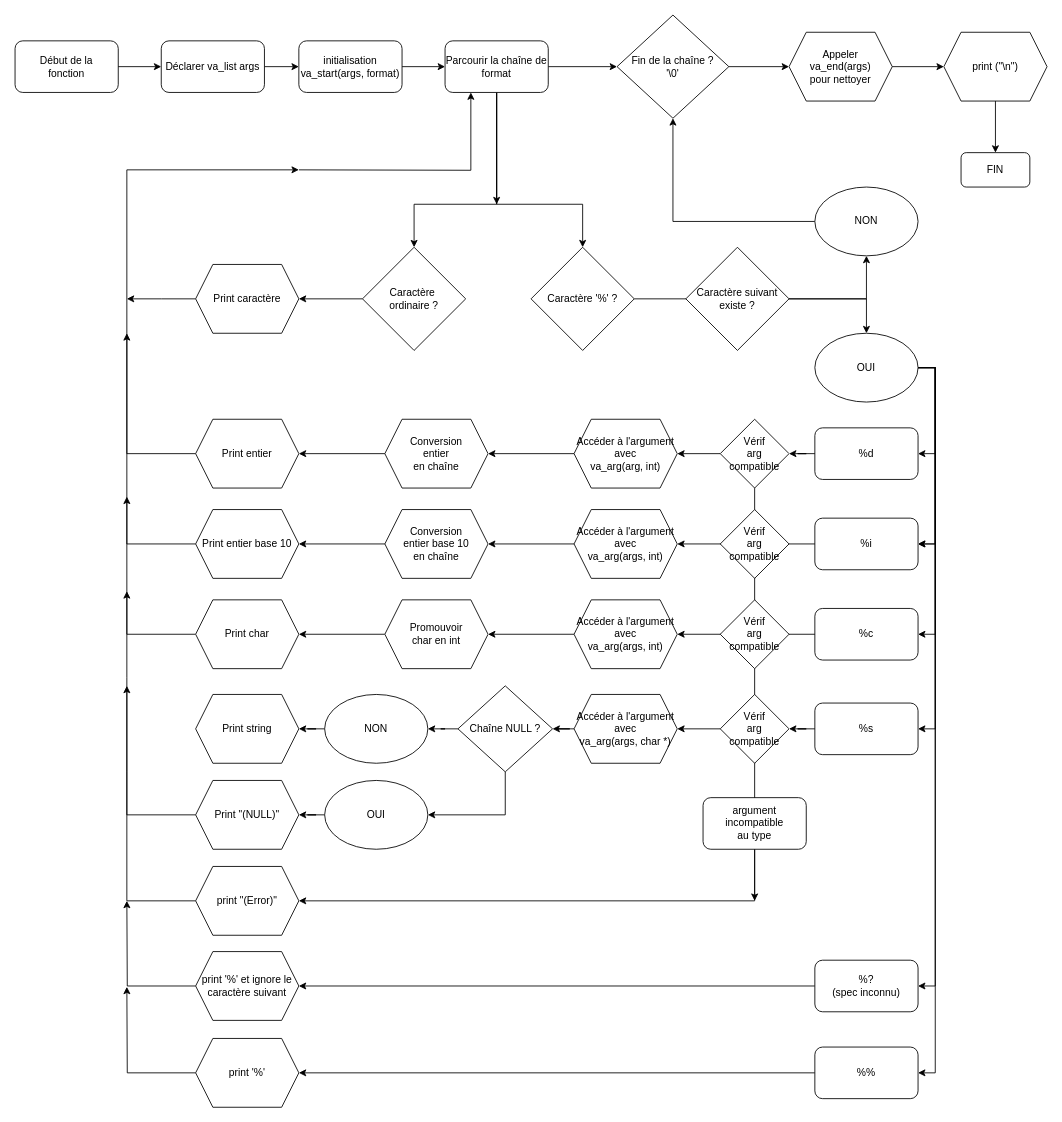
Above: flowchat_printf.drawio in Akatsuki667/holbertonschool-printf (draw.io), before the change. Source tidied: cells renumbered, new cells numbered last; positions are measured from the earlier drawing's top-left corner, leaving out a move shared by most shapes. Both pictures are drawn from the tidied source at 86%, with x=0, y=0 at pixel (15, 15).
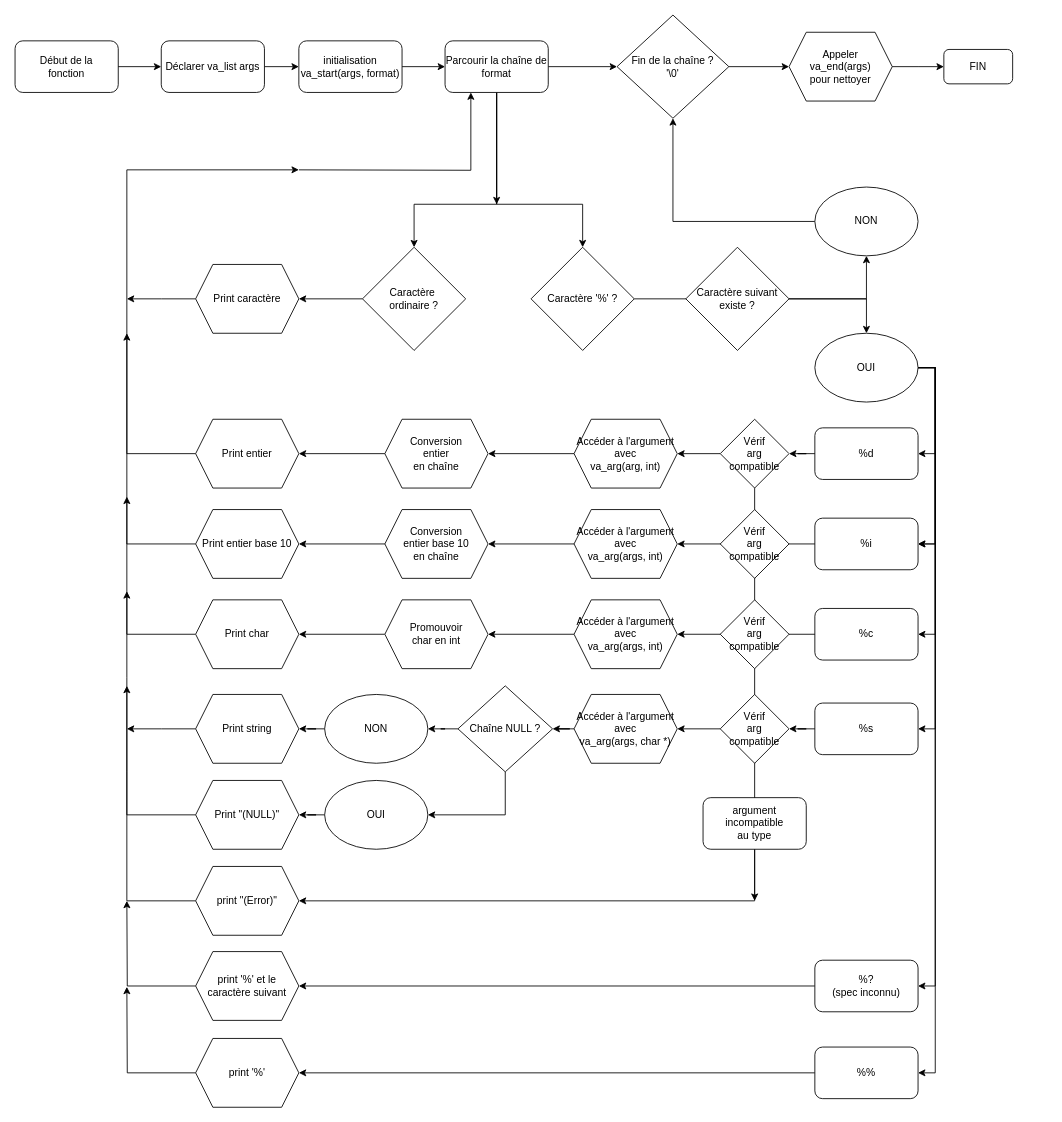
The same page after the edit.

Unchanged cells that the change refers to:
```xml
<mxCell id="32" value="Print string" style="shape=hexagon;perimeter=hexagonPerimeter2;whiteSpace=wrap;html=1;fixedSize=1;" parent="1" vertex="1">
  <mxGeometry x="210" y="790" width="120" height="80" as="geometry" />
</mxCell>
<mxCell id="42" value="&lt;div&gt;Appeler&lt;/div&gt;&lt;div&gt;va_end(args)&lt;/div&gt;&lt;div&gt;pour nettoyer&lt;/div&gt;" style="shape=hexagon;perimeter=hexagonPerimeter2;whiteSpace=wrap;html=1;fixedSize=1;" parent="1" vertex="1">
  <mxGeometry x="900" y="20" width="120" height="80" as="geometry" />
</mxCell>
```

The edit, as a diff of the source:
```diff
@@
+    <mxCell id="96" style="edgeStyle=orthogonalEdgeStyle;rounded=0;jettySize=auto;html=1;" parent="1" edge="1" source="32">
+      <mxGeometry relative="1" as="geometry">
+        <mxPoint x="130" y="830" as="targetPoint" />
+      </mxGeometry>
+    </mxCell>
@@
-    <mxCell id="41" style="edgeStyle=orthogonalEdgeStyle;rounded=0;jettySize=auto;html=1;entryX=0.5;entryY=0;entryDx=0;entryDy=0;" parent="1" edge="1" source="69" target="43">
-      <mxGeometry relative="1" as="geometry" />
-    </mxCell>
@@
     <mxCell id="43" value="FIN" style="rounded=1;whiteSpace=wrap;html=1;" parent="1" vertex="1">
-      <mxGeometry x="1100" y="160" width="80" height="40" as="geometry" />
+      <mxGeometry x="1080" y="40" width="80" height="40" as="geometry" />
     </mxCell>
@@
-    <mxCell id="68" style="edgeStyle=orthogonalEdgeStyle;rounded=0;jettySize=auto;html=1;entryX=0;entryY=0.5;entryDx=0;entryDy=0;" parent="1" edge="1" source="42" target="69">
-      <mxGeometry relative="1" as="geometry" />
+    <mxCell id="68" style="edgeStyle=orthogonalEdgeStyle;rounded=0;jettySize=auto;html=1;entryX=0;entryY=0.5;entryDx=0;entryDy=0;" parent="1" edge="1" source="42">
+      <mxGeometry relative="1" as="geometry">
+        <mxPoint x="1080" y="60" as="targetPoint" />
+      </mxGeometry>
     </mxCell>
-    <mxCell id="69" value="print (&quot;\n&quot;)" style="shape=hexagon;perimeter=hexagonPerimeter2;whiteSpace=wrap;html=1;fixedSize=1;" parent="1" vertex="1">
-      <mxGeometry x="1080" y="20" width="120" height="80" as="geometry" />
-    </mxCell>
@@
-    <mxCell id="91" value="print '%' et ignore le&lt;div&gt;caractère suivant&lt;/div&gt;" style="shape=hexagon;perimeter=hexagonPerimeter2;whiteSpace=wrap;html=1;fixedSize=1;" parent="1" vertex="1">
+    <mxCell id="91" value="print '%' et le caractère suivant" style="shape=hexagon;perimeter=hexagonPerimeter2;whiteSpace=wrap;html=1;fixedSize=1;" parent="1" vertex="1">
       <mxGeometry x="210" y="1089" width="120" height="80" as="geometry" />
     </mxCell>
```
